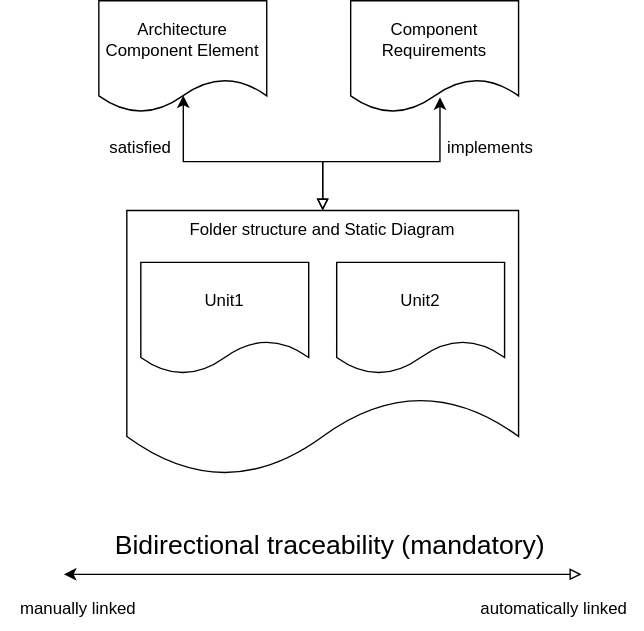
Earlier version of the draw.io export pr-717/_images/static_view.drawio.svg (eclipse-score/process_description). Source tidied: cells renumbered, new cells last; positions are measured from the earlier drawing's top-left corner, leaving out a move shared by most shapes. Its diagram source:
```xml
<mxGraphModel>
  <root>
    <mxCell id="0" />
    <mxCell id="1" parent="0" />
    <mxCell id="2" style="edgeStyle=orthogonalEdgeStyle;rounded=0;jettySize=auto;html=1;startArrow=block;startFill=0;entryX=0.503;entryY=0.846;entryDx=0;entryDy=0;entryPerimeter=0;" parent="1" edge="1" source="4" target="6">
      <mxGeometry relative="1" as="geometry" />
    </mxCell>
    <mxCell id="3" style="edgeStyle=orthogonalEdgeStyle;rounded=0;jettySize=auto;html=1;startArrow=block;startFill=0;entryX=0.532;entryY=0.863;entryDx=0;entryDy=0;entryPerimeter=0;" parent="1" edge="1" source="4" target="5">
      <mxGeometry relative="1" as="geometry" />
    </mxCell>
    <mxCell id="4" value="Folder structure and Static Diagram" style="shape=document;whiteSpace=wrap;html=1;boundedLbl=1;verticalAlign=top;" parent="1" vertex="1">
      <mxGeometry x="90" y="150" width="280" height="190" as="geometry" />
    </mxCell>
    <mxCell id="5" value="Component Requirements" style="shape=document;whiteSpace=wrap;html=1;boundedLbl=1;" parent="1" vertex="1">
      <mxGeometry x="250" width="120" height="80" as="geometry" />
    </mxCell>
    <mxCell id="6" value="Architecture Component Element" style="shape=document;whiteSpace=wrap;html=1;boundedLbl=1;" parent="1" vertex="1">
      <mxGeometry x="70" width="120" height="80" as="geometry" />
    </mxCell>
    <mxCell id="7" value="satisfied" style="text;html=1;align=center;verticalAlign=middle;whiteSpace=wrap;rounded=0;" parent="1" vertex="1">
      <mxGeometry x="70" y="90" width="60" height="30" as="geometry" />
    </mxCell>
    <mxCell id="8" value="implements" style="text;html=1;align=center;verticalAlign=middle;whiteSpace=wrap;rounded=0;" parent="1" vertex="1">
      <mxGeometry x="320" y="90" width="60" height="30" as="geometry" />
    </mxCell>
    <mxCell id="9" value="Unit1" style="shape=document;whiteSpace=wrap;html=1;boundedLbl=1;" parent="1" vertex="1">
      <mxGeometry x="100" y="187" width="120" height="80" as="geometry" />
    </mxCell>
    <mxCell id="10" value="Unit2" style="shape=document;whiteSpace=wrap;html=1;boundedLbl=1;" parent="1" vertex="1">
      <mxGeometry x="240" y="187" width="120" height="80" as="geometry" />
    </mxCell>
    <mxCell id="11" style="edgeStyle=orthogonalEdgeStyle;rounded=0;orthogonalLoop=1;jettySize=auto;html=1;startArrow=classic;startFill=1;endArrow=block;endFill=0;" parent="1" edge="1">
      <mxGeometry x="0.38" y="5" relative="1" as="geometry">
        <mxPoint x="45" y="410" as="sourcePoint" />
        <mxPoint x="415" y="410" as="targetPoint" />
        <Array as="points">
          <mxPoint x="62" y="410" />
        </Array>
      </mxGeometry>
    </mxCell>
    <mxCell id="12" value="Bidirectional traceability (mandatory)" style="text;html=1;align=center;verticalAlign=middle;strokeColor=none;fillColor=none;fontSize=19;" parent="1" vertex="1">
      <mxGeometry x="70" y="370" width="330" height="40" as="geometry" />
    </mxCell>
    <mxCell id="13" value="manually linked" style="text;html=1;align=center;verticalAlign=middle;strokeColor=none;fillColor=none;" parent="1" vertex="1">
      <mxGeometry y="420" width="110" height="30" as="geometry" />
    </mxCell>
    <mxCell id="14" value="automatically linked" style="text;html=1;align=center;verticalAlign=middle;strokeColor=none;fillColor=none;" parent="1" vertex="1">
      <mxGeometry x="330" y="420" width="130" height="30" as="geometry" />
    </mxCell>
  </root>
</mxGraphModel>
```
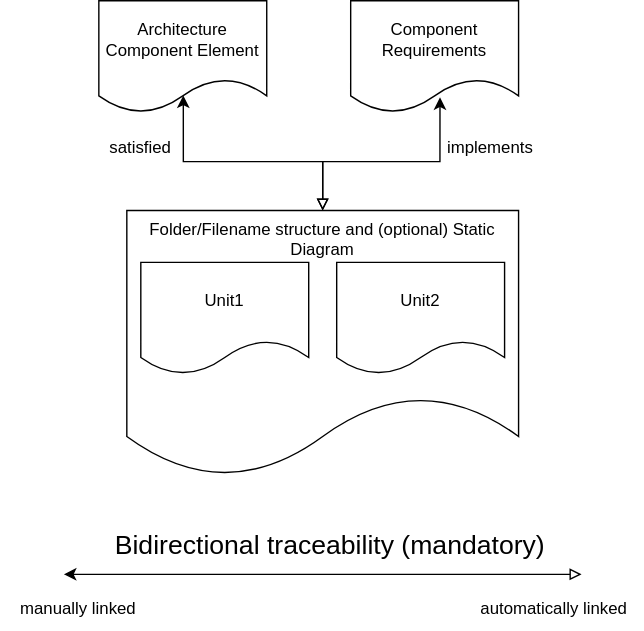
After the change.

What changed in the source:
```diff
@@ -8,7 +8,7 @@
     <mxCell id="3" style="edgeStyle=orthogonalEdgeStyle;rounded=0;jettySize=auto;html=1;startArrow=block;startFill=0;entryX=0.532;entryY=0.863;entryDx=0;entryDy=0;entryPerimeter=0;" parent="1" edge="1" source="4" target="5">
       <mxGeometry relative="1" as="geometry" />
     </mxCell>
-    <mxCell id="4" value="Folder structure and Static Diagram" style="shape=document;whiteSpace=wrap;html=1;boundedLbl=1;verticalAlign=top;" parent="1" vertex="1">
+    <mxCell id="4" value="Folder/Filename structure and (optional) Static Diagram" style="shape=document;whiteSpace=wrap;html=1;boundedLbl=1;verticalAlign=top;" parent="1" vertex="1">
       <mxGeometry x="90" y="150" width="280" height="190" as="geometry" />
     </mxCell>
     <mxCell id="5" value="Component Requirements" style="shape=document;whiteSpace=wrap;html=1;boundedLbl=1;" parent="1" vertex="1">
```
